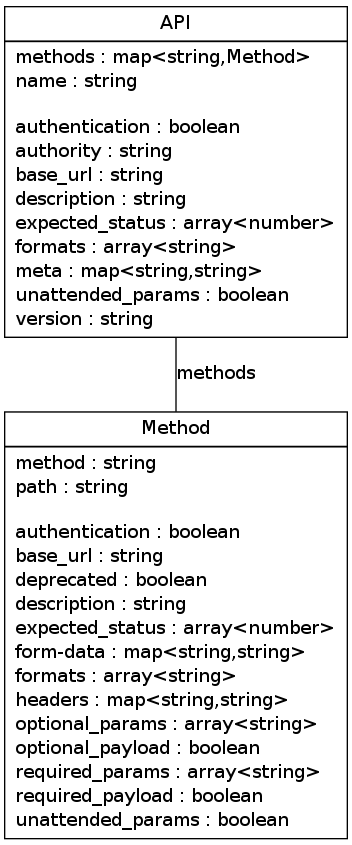
This is uml/api.png from SPORE/specifications, a Graphviz export, as it was before one commit. Its source is kept beside it as uml/api.dot.
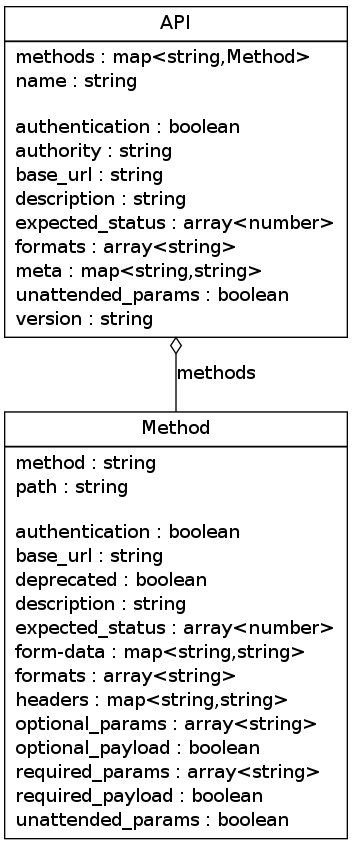
Later version of the same file.

Commit message:
fix edge UML

What changed in the source:
```diff
@@ -6,7 +6,7 @@
         [label="{\N|methods : map&lt;string,Method&gt;\lname : string\l\lauthentication : boolean\lauthority : string\lbase_url : string\ldescription : string\lexpected_status : array&lt;number&gt;\lformats : array&lt;string&gt;\lmeta : map&lt;string,string&gt;\lunattended_params : boolean\lversion : string\l}"];
 
     "API" -> "Method"
-        [label = "methods", arrowhead = none, arrowtail = odiamond];
+        [label="methods", dir=back, arrowtail=odiamond];
 
     "Method"
         [label="{\N|method : string\lpath : string\l\lauthentication : boolean\lbase_url : string\ldeprecated : boolean\ldescription : string\lexpected_status : array&lt;number&gt;\lform-data : map&lt;string,string&gt;\lformats : array&lt;string&gt;\lheaders : map&lt;string,string&gt;\loptional_params : array&lt;string&gt;\loptional_payload : boolean\lrequired_params : array&lt;string&gt;\lrequired_payload : boolean\lunattended_params : boolean\l}"];
```
